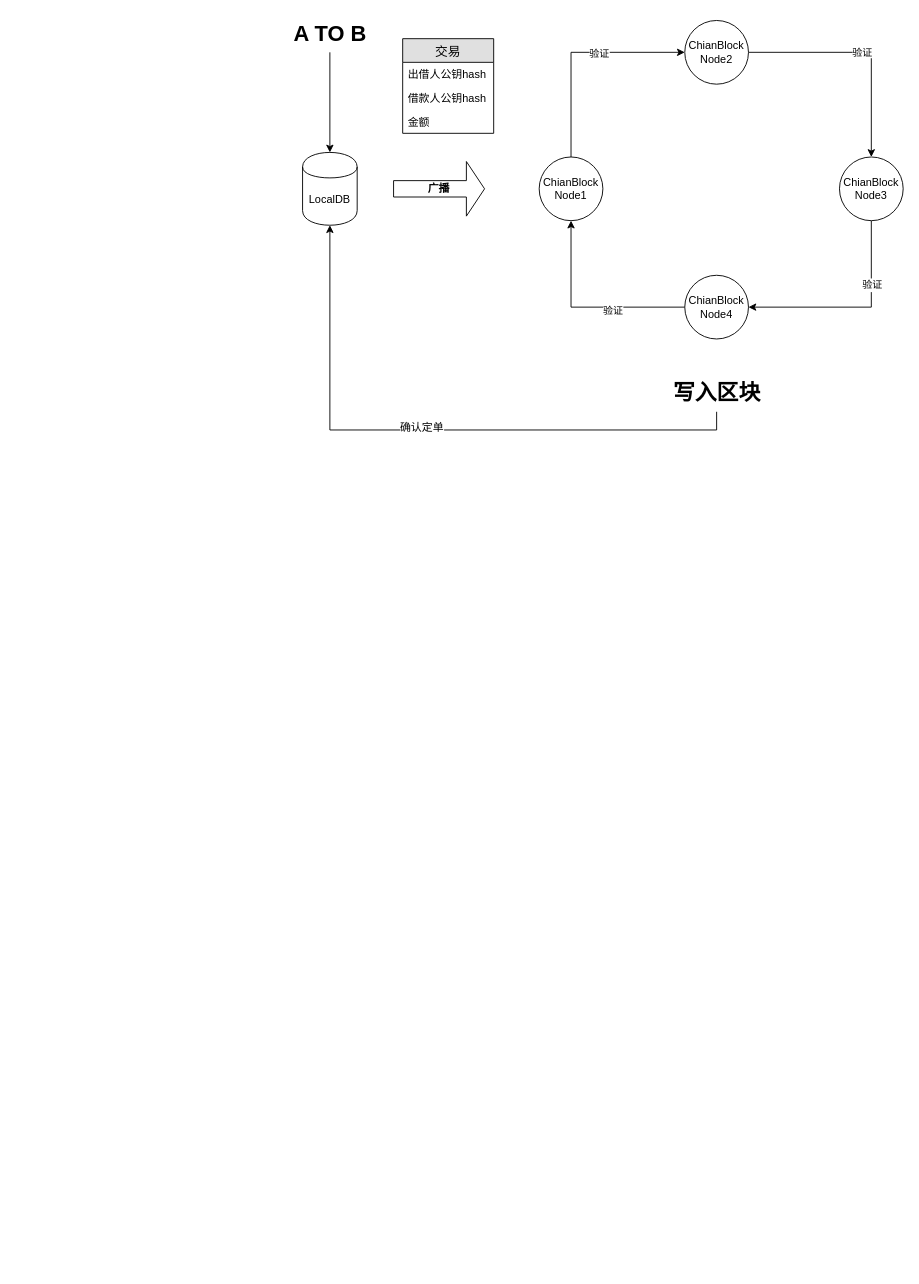
Before: chian.drawio in yiuked/diagram, a draw.io diagram. Source tidied: cells renumbered, new cells numbered last; positions are measured from the earlier drawing's top-left corner, leaving out a move shared by most shapes. Both pictures are drawn from the tidied source at 91%, with x=0, y=0 at pixel (284, 15).
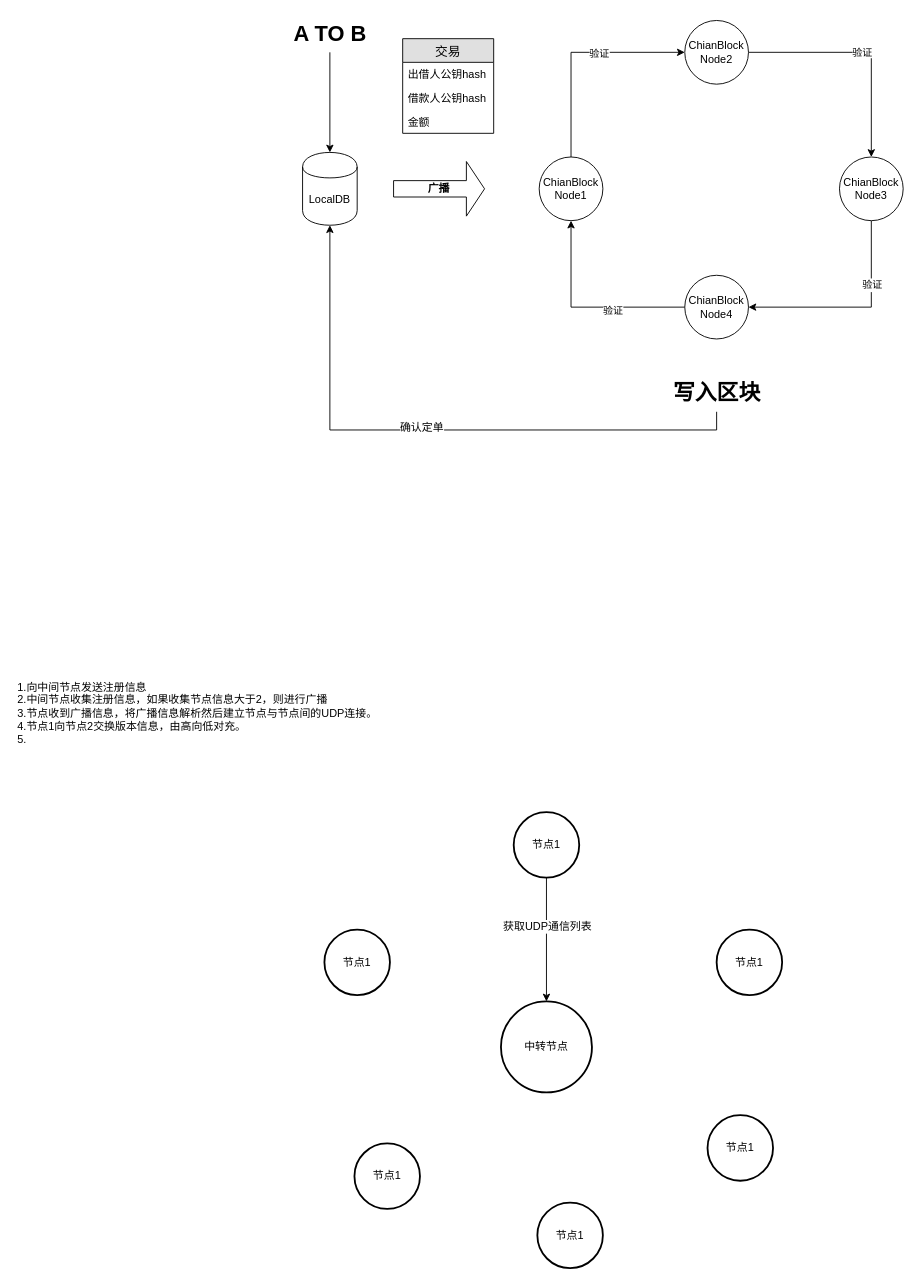
Above is the later version.

Change to the diagram source:
```diff
@@
+    <mxCell id="24" value="节点1" style="strokeWidth=2;html=1;shape=mxgraph.flowchart.start_2;whiteSpace=wrap;" parent="1" vertex="1">
+      <mxGeometry x="44" y="1004" width="72" height="72" as="geometry" />
+    </mxCell>
+    <mxCell id="25" style="edgeStyle=orthogonalEdgeStyle;rounded=0;jettySize=auto;html=1;exitX=0.5;exitY=1;exitDx=0;exitDy=0;exitPerimeter=0;" parent="1" edge="1" source="27" target="32">
+      <mxGeometry relative="1" as="geometry" />
+    </mxCell>
+    <mxCell id="26" value="获取UDP通信列表" style="text;html=1;align=center;verticalAlign=middle;labelBackgroundColor=#ffffff;" parent="25" vertex="1">
+      <mxGeometry x="-0.22" relative="1" as="geometry" />
+    </mxCell>
+    <mxCell id="27" value="节点1" style="strokeWidth=2;html=1;shape=mxgraph.flowchart.start_2;whiteSpace=wrap;" parent="1" vertex="1">
+      <mxGeometry x="252" y="875" width="72" height="72" as="geometry" />
+    </mxCell>
+    <mxCell id="28" value="节点1" style="strokeWidth=2;html=1;shape=mxgraph.flowchart.start_2;whiteSpace=wrap;" parent="1" vertex="1">
+      <mxGeometry x="475" y="1004" width="72" height="72" as="geometry" />
+    </mxCell>
+    <mxCell id="29" value="节点1" style="strokeWidth=2;html=1;shape=mxgraph.flowchart.start_2;whiteSpace=wrap;" parent="1" vertex="1">
+      <mxGeometry x="278" y="1304" width="72" height="72" as="geometry" />
+    </mxCell>
+    <mxCell id="30" value="节点1" style="strokeWidth=2;html=1;shape=mxgraph.flowchart.start_2;whiteSpace=wrap;" parent="1" vertex="1">
+      <mxGeometry x="77" y="1239" width="72" height="72" as="geometry" />
+    </mxCell>
+    <mxCell id="31" value="节点1" style="strokeWidth=2;html=1;shape=mxgraph.flowchart.start_2;whiteSpace=wrap;" parent="1" vertex="1">
+      <mxGeometry x="465" y="1208" width="72" height="72" as="geometry" />
+    </mxCell>
+    <mxCell id="32" value="中转节点" style="strokeWidth=2;html=1;shape=mxgraph.flowchart.start_2;whiteSpace=wrap;" parent="1" vertex="1">
+      <mxGeometry x="238" y="1083" width="100" height="100" as="geometry" />
+    </mxCell>
+    <mxCell id="33" value="1.向中间节点发送注册信息&lt;br&gt;2.中间节点收集注册信息，如果收集节点信息大于2，则进行广播&lt;br&gt;3.节点收到广播信息，将广播信息解析然后建立节点与节点间的UDP连接。&lt;br&gt;4.节点1向节点2交换版本信息，由高向低对充。&lt;br&gt;5." style="text;html=1;strokeColor=none;fillColor=none;align=left;verticalAlign=top;whiteSpace=wrap;rounded=0;" parent="1" vertex="1">
+      <mxGeometry x="-295" y="724" width="409" height="330" as="geometry" />
+    </mxCell>
```
